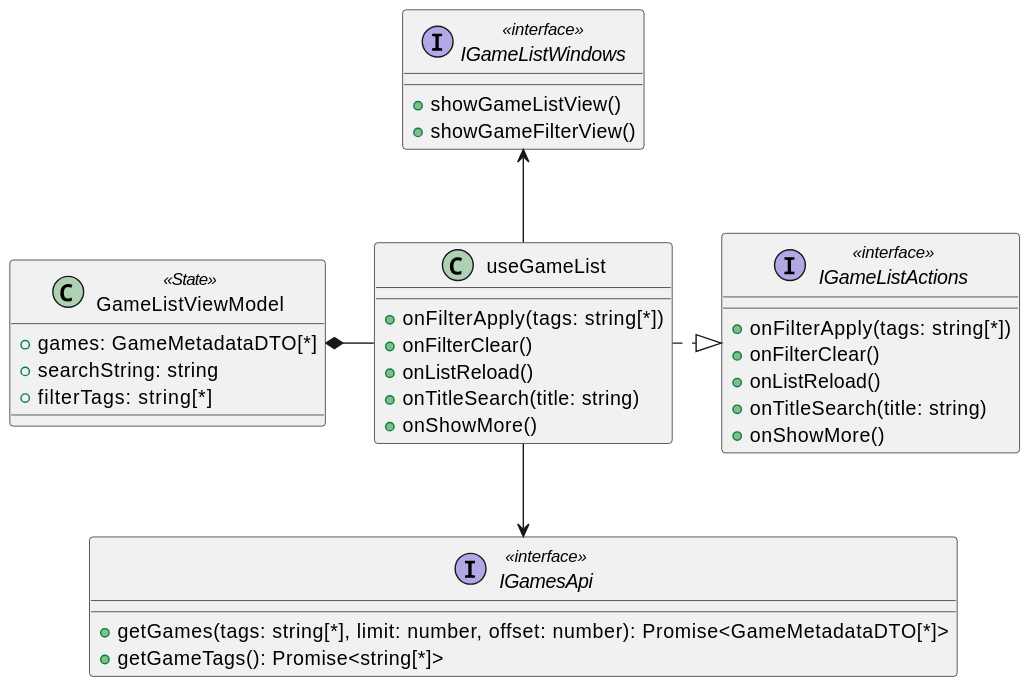
Earlier version of the PlantUML export diagrams/frontend/rendered/game-list-presenter.svg (Igor-Ochocki/POP-2026Z).
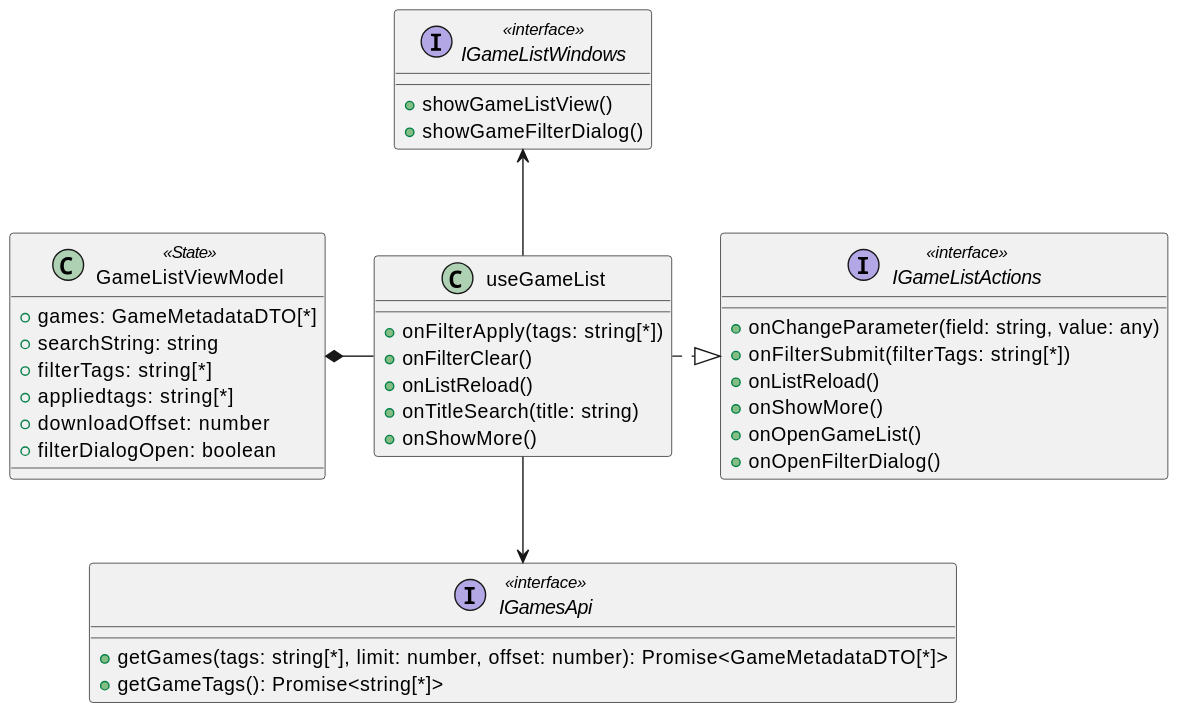
Above is the later version.

Commit message:
Add game list feature to frontend

Diff of the diagram source:
```diff
@@ -1,10 +1,11 @@
 @startuml
 interface IGameListActions <<interface>> {
-    +onFilterApply(tags: string[*])
-    +onFilterClear()
+    +onChangeParameter(field: string, value: any)
+    +onFilterSubmit(filterTags: string[*])
     +onListReload()
-    +onTitleSearch(title: string)
     +onShowMore()
+    +onOpenGameList()
+    +onOpenFilterDialog()
 }
 
 interface IGamesApi <<interface>> {
@@ -14,7 +15,7 @@
 
 interface IGameListWindows <<interface>> {
     +showGameListView()
-    +showGameFilterView()
+    +showGameFilterDialog()
 }
 
 class useGameList {
@@ -29,6 +30,9 @@
     +games: GameMetadataDTO[*]
     +searchString: string
     +filterTags: string[*]
+    +appliedtags: string[*]
+    +downloadOffset: number
+    +filterDialogOpen: boolean
 }
 
 useGameList -u-> IGameListWindows
```
